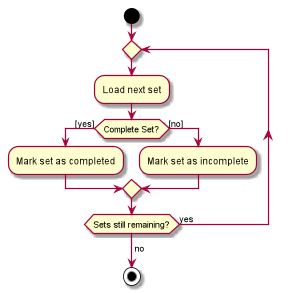
This is docs/images/developer-guide/session/StartStopActivityDiagram.png from nus-cs2103-AY1920S2/addressbook-level3, a PlantUML export, as it was before one commit.
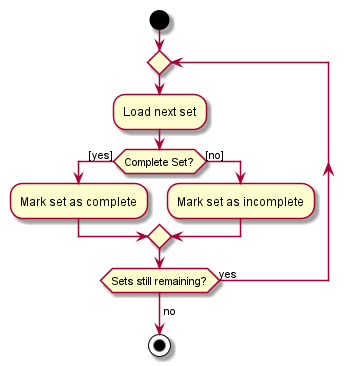
After the commit.

Change to the diagram source:
```diff
@@ -5,7 +5,7 @@
 repeat
 :Load next set;
     if (Complete Set?) then ([yes])
-        :Mark set as completed;
+        :Mark set as complete;
     else ([no])
         :Mark set as incomplete;
 endif
```
